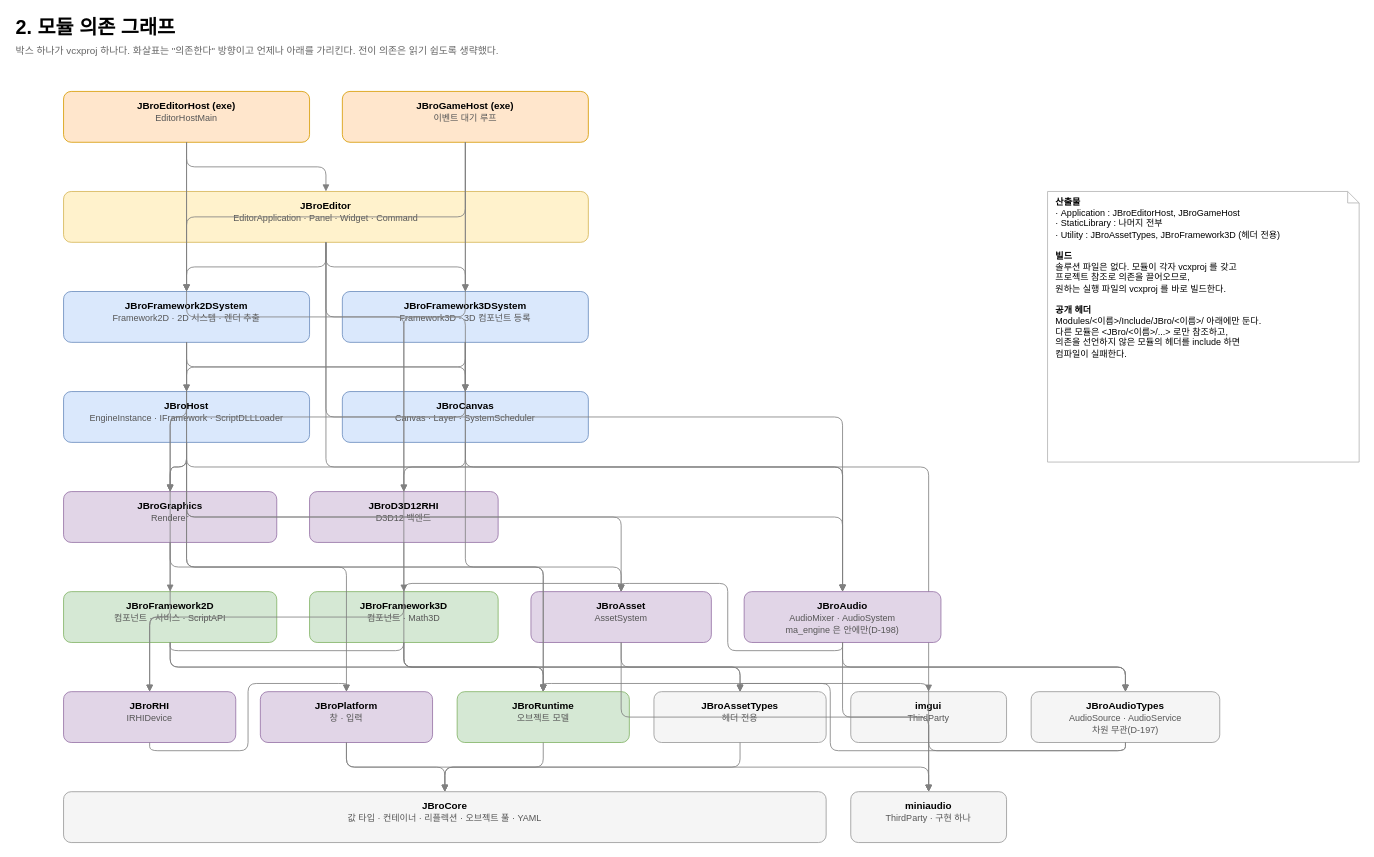
Before: page "2. 모듈 의존 그래프" (2 of 6) of docs/JBroEngine.drawio.xml in taku7664/JBroEngine, a draw.io diagram. Source tidied: cells renumbered, new cells numbered last; positions are measured from the earlier drawing's top-left corner, leaving out a move shared by most shapes. Both pictures are drawn from the tidied source at 82%, with x=0, y=0 at pixel (14, 14).
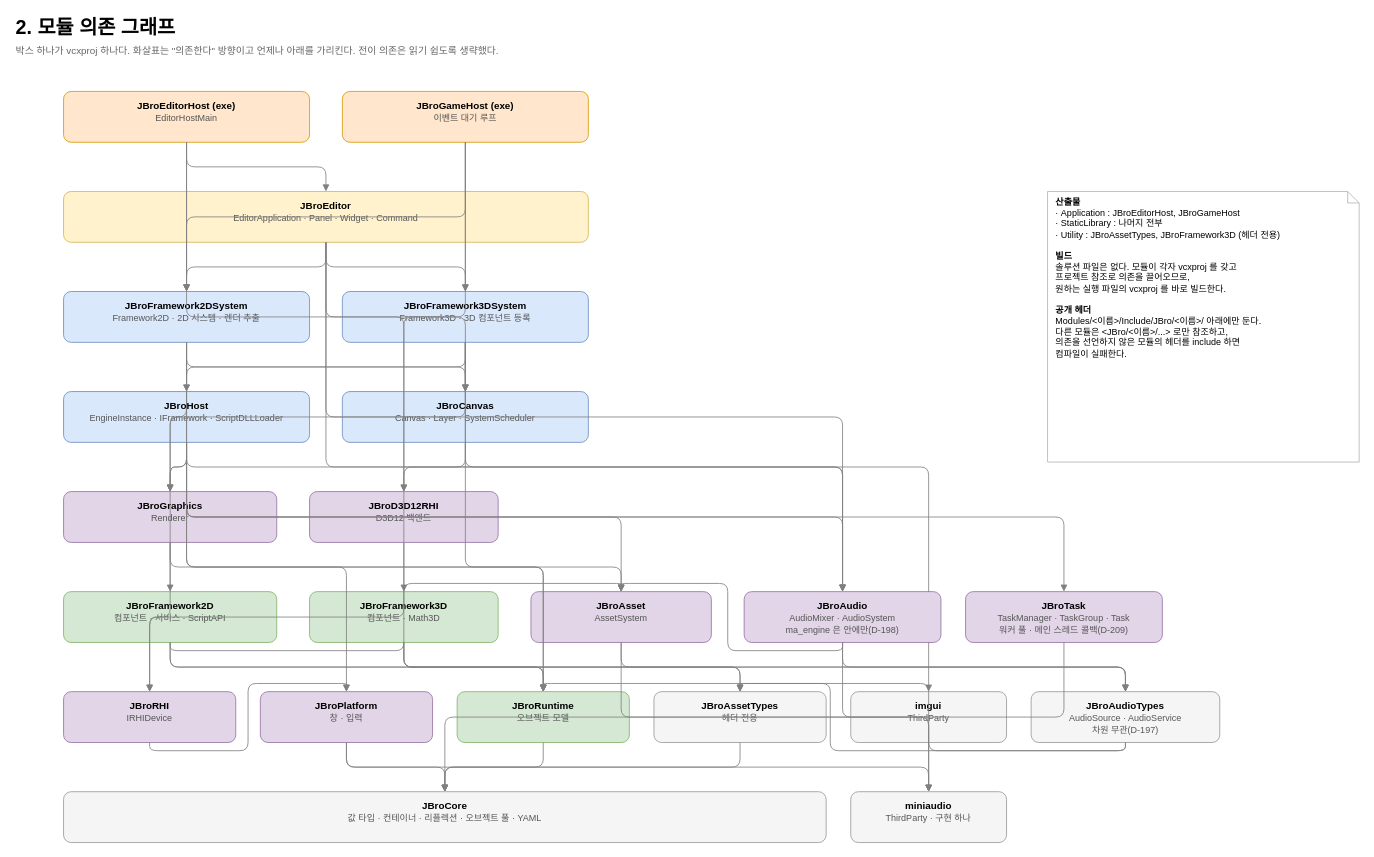
The same diagram, later.

Commit message (it also covers changes not shown here):
docs: record the JBroTask decisions as D-212 and close the TaskManager item

Strike the backlog item with where it landed, answer its open questions
(drain at the start of Tick, 4 ms main-thread budget, named workers) and
leave open who reaps a project's tasks when it closes. ProjectRule gains
the module row and the worker contract; the module diagram gains JBroTask.

The change refers to these unchanged cells:
```xml
<mxCell id="9" value="&lt;b&gt;JBroHost&lt;/b&gt;&lt;br&gt;&lt;font color=&quot;#555555&quot; style=&quot;font-size:11px&quot;&gt;EngineInstance · IFramework · ScriptDLLLoader&lt;/font&gt;" style="rounded=1;whiteSpace=wrap;html=1;fontSize=12;verticalAlign=top;spacingTop=4;fillColor=#dae8fc;strokeColor=#6c8ebf;" parent="1" vertex="1">
  <mxGeometry x="60" y="460" width="300" height="62" as="geometry" />
</mxCell>
<mxCell id="21" value="&lt;b&gt;JBroCore&lt;/b&gt;&lt;br&gt;&lt;font color=&quot;#555555&quot; style=&quot;font-size:11px&quot;&gt;값 타입 · 컨테이너 · 리플렉션 · 오브젝트 풀 · YAML&lt;/font&gt;" style="rounded=1;whiteSpace=wrap;html=1;fontSize=12;verticalAlign=top;spacingTop=4;fillColor=#f5f5f5;strokeColor=#999999;" parent="1" vertex="1">
  <mxGeometry x="60" y="948" width="930" height="62" as="geometry" />
</mxCell>
```

What changed in the source:
```diff
@@
+    <mxCell id="74" value="&lt;b&gt;JBroTask&lt;/b&gt;&lt;br&gt;&lt;font color=&quot;#555555&quot; style=&quot;font-size:11px&quot;&gt;TaskManager · TaskGroup · Task&lt;br&gt;워커 풀 · 메인 스레드 콜백(D-209)&lt;/font&gt;" style="rounded=1;whiteSpace=wrap;html=1;fontSize=12;verticalAlign=top;spacingTop=4;fillColor=#e1d5e7;strokeColor=#9673a6;" parent="1" vertex="1">
+      <mxGeometry x="1160" y="704" width="240" height="62" as="geometry" />
+    </mxCell>
+    <mxCell id="75" style="edgeStyle=orthogonalEdgeStyle;rounded=1;html=1;exitX=0.5;exitY=1;exitDx=0;exitDy=0;entryX=0.5;entryY=0;entryDx=0;entryDy=0;strokeColor=#808080;endArrow=block;endFill=1;" parent="1" edge="1" source="9" target="74">
+      <mxGeometry relative="1" as="geometry" />
+    </mxCell>
+    <mxCell id="76" style="edgeStyle=orthogonalEdgeStyle;rounded=1;html=1;exitX=0.5;exitY=1;exitDx=0;exitDy=0;entryX=0.5;entryY=0;entryDx=0;entryDy=0;strokeColor=#808080;endArrow=block;endFill=1;" parent="1" edge="1" source="74" target="21">
+      <mxGeometry relative="1" as="geometry" />
+    </mxCell>
```
